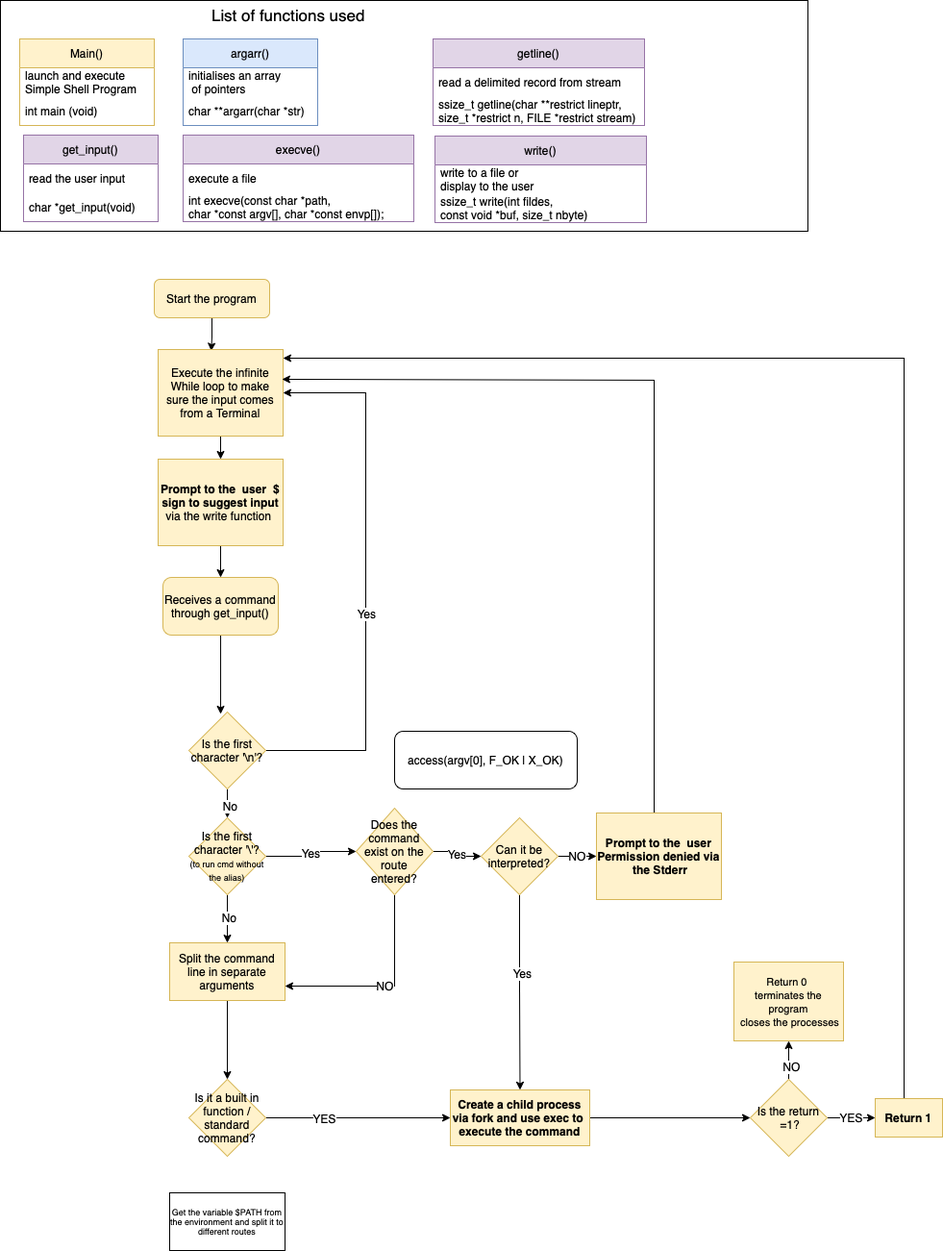
The draw.io diagram Simple_shell.drawio.png in RainInApril/holbertonschool-simple_shell, before a commit. Source tidied: cells renumbered, new cells last; positions are measured from the earlier drawing's top-left corner, leaving out a move shared by most shapes.
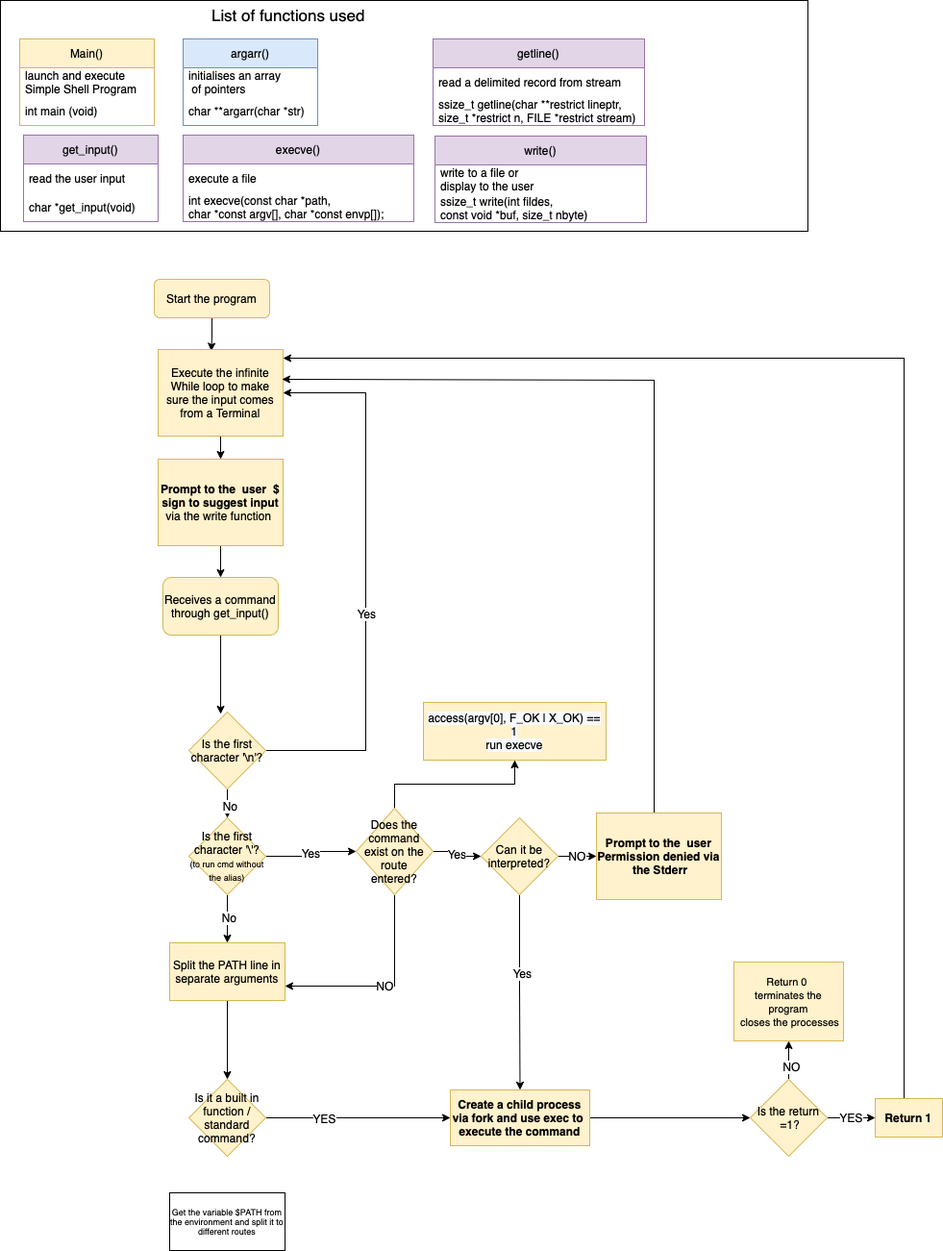
After the commit.

Change to the diagram source:
```diff
@@ -128,13 +128,16 @@
         </Array>
       </mxGeometry>
     </mxCell>
+    <mxCell id="64" style="edgeStyle=orthogonalEdgeStyle;rounded=0;jettySize=auto;html=1;" parent="1" edge="1" source="41" target="65">
+      <mxGeometry relative="1" as="geometry" />
+    </mxCell>
     <mxCell id="41" value="Does the command exist on the route entered?" style="rhombus;whiteSpace=wrap;html=1;fontFamily=Helvetica;fontSize=12;fillColor=#fff2cc;strokeColor=#d6b656;" parent="1" vertex="1">
       <mxGeometry x="370" y="840" width="80" height="90" as="geometry" />
     </mxCell>
     <mxCell id="42" style="edgeStyle=orthogonalEdgeStyle;rounded=0;jettySize=auto;html=1;entryX=0.5;entryY=0;entryDx=0;entryDy=0;fontFamily=Helvetica;fontSize=12;" parent="1" edge="1" source="43" target="54">
       <mxGeometry relative="1" as="geometry" />
     </mxCell>
-    <mxCell id="43" value="Split the command line in separate arguments" style="rounded=0;whiteSpace=wrap;html=1;fontFamily=Helvetica;fontSize=12;fillColor=#fff2cc;strokeColor=#d6b656;" parent="1" vertex="1">
+    <mxCell id="43" value="Split the PATH line in separate arguments" style="rounded=0;whiteSpace=wrap;html=1;fontFamily=Helvetica;fontSize=12;fillColor=#fff2cc;strokeColor=#d6b656;" parent="1" vertex="1">
       <mxGeometry x="176" y="980" width="120" height="60" as="geometry" />
     </mxCell>
     <mxCell id="44" value="NO" style="edgeStyle=orthogonalEdgeStyle;rounded=0;jettySize=auto;html=1;fontFamily=Helvetica;fontSize=12;" parent="1" edge="1" source="47" target="49">
@@ -202,8 +205,8 @@
     <mxCell id="62" value="Get the variable $PATH from the environment and split it to different routes" style="rounded=0;whiteSpace=wrap;html=1;fontFamily=Helvetica;fontSize=9;fillColor=none;" parent="1" vertex="1">
       <mxGeometry x="176" y="1240" width="120" height="60" as="geometry" />
     </mxCell>
-    <mxCell id="63" value="access(argv[0], F_OK | X_OK)" style="rounded=1;whiteSpace=wrap;html=1;" parent="1" vertex="1">
-      <mxGeometry x="410" y="760" width="190" height="60" as="geometry" />
-    </mxCell>
+    <mxCell id="65" value="&lt;span style=&quot;caret-color: rgb(0, 0, 0); color: rgb(0, 0, 0); font-family: Helvetica; font-size: 12px; font-style: normal; font-variant-caps: normal; font-weight: 400; letter-spacing: normal; text-align: center; text-indent: 0px; text-transform: none; word-spacing: 0px; -webkit-text-stroke-width: 0px; background-color: rgb(248, 249, 250); text-decoration: none; float: none; display: inline !important;&quot;&gt;access(argv[0], F_OK | X_OK) == 1&lt;br&gt;run execve&lt;br&gt;&lt;/span&gt;" style="whiteSpace=wrap;html=1;fillColor=#fff2cc;strokeColor=#d6b656;" parent="1" vertex="1">
+      <mxGeometry x="440" y="730" width="190" height="60" as="geometry" />
+    </mxCell>
   </root>
 </mxGraphModel>
```
